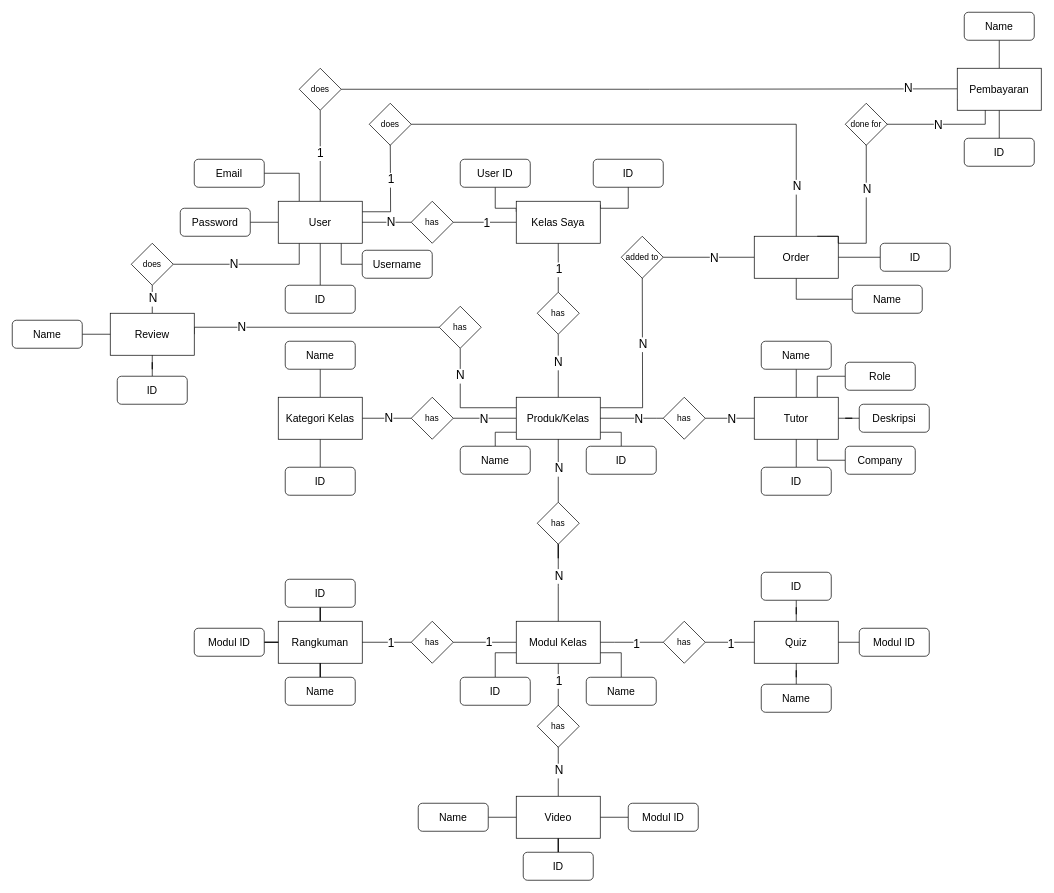
The draw.io diagram ERD VideoBelajar.drawio in dinowidyap15/VideoBelajar, before the edit. Source tidied: cells renumbered, new cells numbered last; positions are measured from the earlier drawing's top-left corner, leaving out a move shared by most shapes. Both pictures are drawn from the tidied source at 70%, with x=0, y=0 at pixel (12, 12).
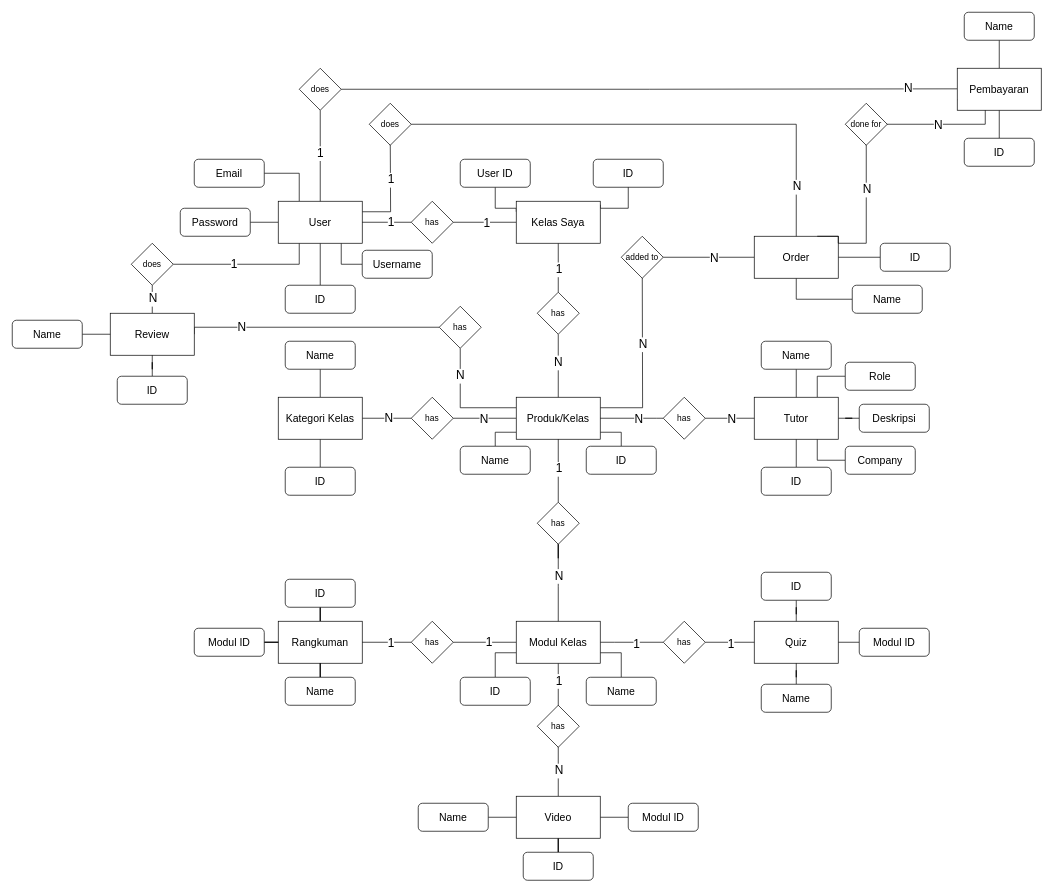
Above is the later version.

Unchanged cells that the change refers to:
```xml
<mxCell id="81" style="edgeStyle=orthogonalEdgeStyle;rounded=0;jettySize=auto;html=1;endArrow=none;endFill=0;" parent="1" edge="1" source="13" target="83">
  <mxGeometry relative="1" as="geometry" />
</mxCell>
<mxCell id="99" style="edgeStyle=orthogonalEdgeStyle;rounded=0;jettySize=auto;html=1;exitX=0.25;exitY=1;exitDx=0;exitDy=0;entryX=1;entryY=0.5;entryDx=0;entryDy=0;endArrow=none;endFill=0;" parent="1" edge="1" source="101" target="146">
  <mxGeometry relative="1" as="geometry" />
</mxCell>
<mxCell id="102" style="edgeStyle=orthogonalEdgeStyle;rounded=0;jettySize=auto;html=1;endArrow=none;endFill=0;" parent="1" edge="1" source="104" target="101">
  <mxGeometry relative="1" as="geometry" />
</mxCell>
```

Diff of the diagram source:
```diff
@@
-    <mxCell id="82" value="&lt;span style=&quot;font-size: 17px;&quot;&gt;N&lt;/span&gt;" style="edgeLabel;html=1;align=center;verticalAlign=middle;" parent="81" vertex="1">
+    <mxCell id="82" value="&lt;span style=&quot;font-size: 17px;&quot;&gt;1&lt;/span&gt;" style="edgeLabel;html=1;align=center;verticalAlign=middle;" parent="81" vertex="1">
       <mxGeometry x="-0.07" relative="1" as="geometry" />
     </mxCell>
@@
-    <mxCell id="100" value="&lt;span style=&quot;font-size: 17px;&quot;&gt;N&lt;/span&gt;" style="edgeLabel;html=1;align=center;verticalAlign=middle;" parent="99" vertex="1">
+    <mxCell id="100" value="&lt;span style=&quot;font-size: 17px;&quot;&gt;1&lt;/span&gt;" style="edgeLabel;html=1;align=center;verticalAlign=middle;" parent="99" vertex="1">
       <mxGeometry x="0.18" relative="1" as="geometry" />
     </mxCell>
@@
-    <mxCell id="103" value="&lt;span style=&quot;font-size: 17px;&quot;&gt;N&lt;/span&gt;" style="edgeLabel;html=1;align=center;verticalAlign=middle;" parent="102" vertex="1">
+    <mxCell id="103" value="&lt;span style=&quot;font-size: 17px;&quot;&gt;1&lt;/span&gt;" style="edgeLabel;html=1;align=center;verticalAlign=middle;" parent="102" vertex="1">
       <mxGeometry x="-0.15" y="-1" relative="1" as="geometry">
         <mxPoint y="1" as="offset" />
       </mxGeometry>
     </mxCell>
```
